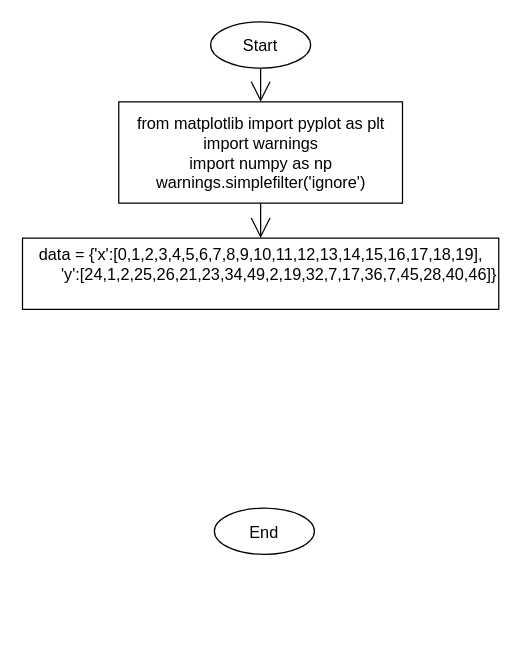
Before: page "q28" (14 of 16) of Quizzes/quizzes.drawio in zelanISAK/unit-2, a draw.io diagram. Source tidied: cells renumbered, new cells numbered last; positions are measured from the earlier drawing's top-left corner, leaving out a move shared by most shapes. Both pictures are drawn from the tidied source at 125%, with x=0, y=0 at pixel (22, 21).
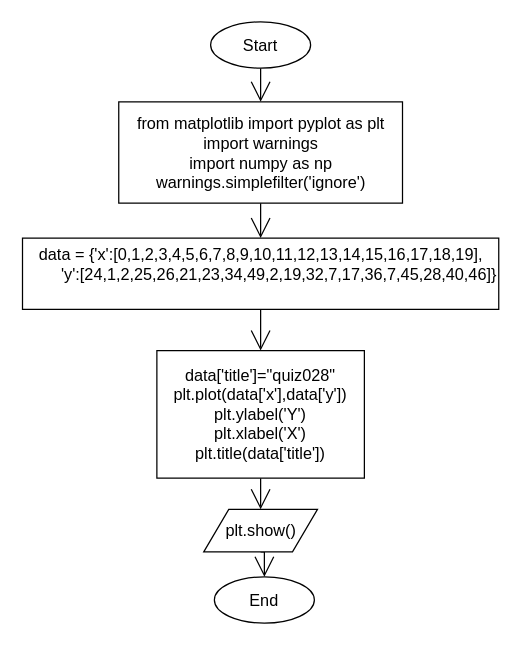
The same diagram, later.

What changed in the source:
```diff
@@
 <mxGraphModel>
   <root>
     <mxCell id="0" />
     <mxCell id="1" parent="0" />
     <mxCell id="2" value="End" style="ellipse;whiteSpace=wrap;html=1;fontSize=13;" parent="1" vertex="1">
-      <mxGeometry x="153" y="389" width="80" height="37" as="geometry" />
+      <mxGeometry x="153" y="444" width="80" height="37" as="geometry" />
     </mxCell>
     <mxCell id="3" style="edgeStyle=orthogonalEdgeStyle;rounded=0;jettySize=auto;html=1;exitX=0.5;exitY=1;exitDx=0;exitDy=0;entryX=0.5;entryY=0;entryDx=0;entryDy=0;fontSize=13;endArrow=open;startSize=14;endSize=14;sourcePerimeterSpacing=8;targetPerimeterSpacing=8;" parent="1" edge="1" source="4" target="6">
       <mxGeometry relative="1" as="geometry" />
     </mxCell>
     <mxCell id="4" value="Start" style="ellipse;whiteSpace=wrap;html=1;fontSize=13;" parent="1" vertex="1">
       <mxGeometry x="150" width="80" height="37" as="geometry" />
     </mxCell>
     <mxCell id="5" style="edgeStyle=orthogonalEdgeStyle;rounded=0;jettySize=auto;html=1;exitX=0.5;exitY=1;exitDx=0;exitDy=0;entryX=0.5;entryY=0;entryDx=0;entryDy=0;fontSize=13;endArrow=open;startSize=14;endSize=14;sourcePerimeterSpacing=8;targetPerimeterSpacing=8;" parent="1" edge="1" source="6" target="7">
       <mxGeometry relative="1" as="geometry" />
     </mxCell>
     <mxCell id="6" value="&lt;div&gt;from matplotlib import pyplot as plt&lt;/div&gt;&lt;div&gt;import warnings&lt;/div&gt;&lt;div&gt;import numpy as np&lt;/div&gt;&lt;div&gt;warnings.simplefilter('ignore')&lt;/div&gt;" style="rounded=0;whiteSpace=wrap;html=1;fontSize=13;" parent="1" vertex="1">
       <mxGeometry x="76.5" y="64" width="227" height="81" as="geometry" />
     </mxCell>
+    <mxCell id="8" style="edgeStyle=orthogonalEdgeStyle;rounded=0;jettySize=auto;html=1;exitX=0.5;exitY=1;exitDx=0;exitDy=0;entryX=0.5;entryY=0;entryDx=0;entryDy=0;fontSize=13;endArrow=open;startSize=14;endSize=14;sourcePerimeterSpacing=8;targetPerimeterSpacing=8;" parent="1" edge="1" source="7" target="10">
+      <mxGeometry relative="1" as="geometry" />
+    </mxCell>
     <mxCell id="7" value="&lt;div&gt;data = {'x':[0,1,2,3,4,5,6,7,8,9,10,11,12,13,14,15,16,17,18,19],&lt;/div&gt;&lt;div&gt;&amp;nbsp; &amp;nbsp; &amp;nbsp; &amp;nbsp; 'y':[24,1,2,25,26,21,23,34,49,2,19,32,7,17,36,7,45,28,40,46]}&lt;/div&gt;&lt;div&gt;&lt;br&gt;&lt;/div&gt;" style="rounded=0;whiteSpace=wrap;html=1;fontSize=13;" parent="1" vertex="1">
       <mxGeometry x="-0.5" y="173" width="381" height="57" as="geometry" />
     </mxCell>
+    <mxCell id="9" style="edgeStyle=orthogonalEdgeStyle;rounded=0;jettySize=auto;html=1;exitX=0.5;exitY=1;exitDx=0;exitDy=0;entryX=0.5;entryY=0;entryDx=0;entryDy=0;fontSize=13;endArrow=open;startSize=14;endSize=14;sourcePerimeterSpacing=8;targetPerimeterSpacing=8;" parent="1" edge="1" source="10" target="12">
+      <mxGeometry relative="1" as="geometry" />
+    </mxCell>
+    <mxCell id="10" value="&lt;div&gt;data['title']=&quot;quiz028&quot;&lt;/div&gt;&lt;div&gt;&lt;div&gt;plt.plot(data['x'],data['y'])&lt;/div&gt;&lt;div&gt;plt.ylabel('Y')&lt;/div&gt;&lt;div&gt;plt.xlabel('X')&lt;/div&gt;&lt;div&gt;plt.title(data['title'])&lt;/div&gt;&lt;/div&gt;" style="rounded=0;whiteSpace=wrap;html=1;fontSize=13;" parent="1" vertex="1">
+      <mxGeometry x="107" y="263" width="166" height="102" as="geometry" />
+    </mxCell>
+    <mxCell id="11" style="edgeStyle=orthogonalEdgeStyle;rounded=0;jettySize=auto;html=1;exitX=0.5;exitY=1;exitDx=0;exitDy=0;entryX=0.5;entryY=0;entryDx=0;entryDy=0;fontSize=13;endArrow=open;startSize=14;endSize=14;sourcePerimeterSpacing=8;targetPerimeterSpacing=8;" parent="1" edge="1" source="12" target="2">
+      <mxGeometry relative="1" as="geometry" />
+    </mxCell>
+    <mxCell id="12" value="plt.show()" style="shape=parallelogram;perimeter=parallelogramPerimeter;whiteSpace=wrap;html=1;fixedSize=1;fontSize=13;" parent="1" vertex="1">
+      <mxGeometry x="144.5" y="390" width="91" height="34" as="geometry" />
+    </mxCell>
   </root>
 </mxGraphModel>
```
